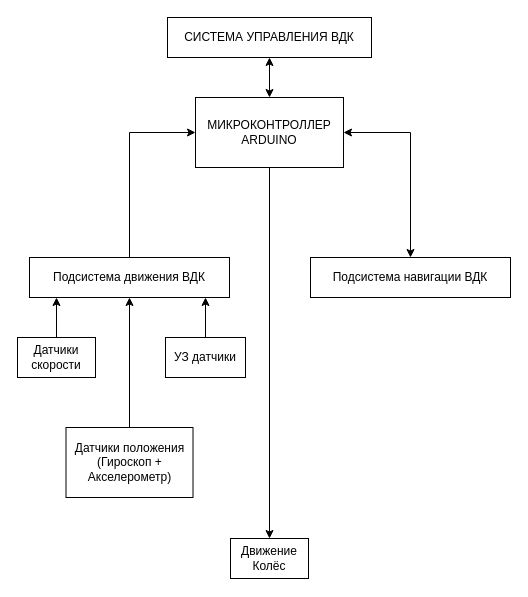
Above: Наработки/Структурная Схема.drawio in AlexRussellGit/VKR---Russell-Alexander (draw.io), before the change. Source tidied: cells renumbered, new cells numbered last; positions are measured from the earlier drawing's top-left corner, leaving out a move shared by most shapes. Both pictures are drawn from the tidied source at 100%, with x=0, y=0 at pixel (17, 17).
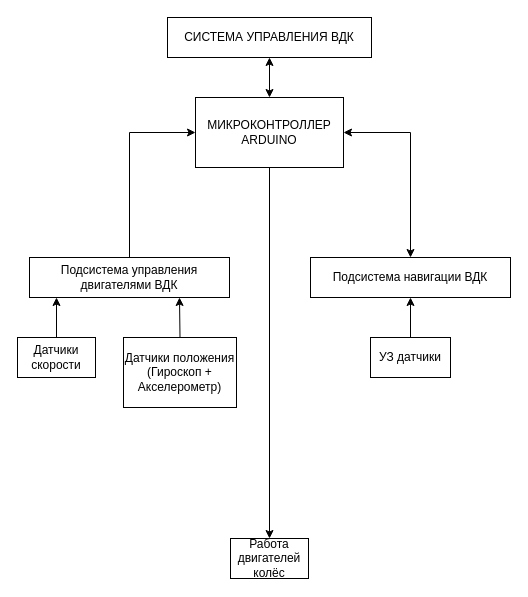
After the change.

Diff of the diagram source:
```diff
@@
-    <mxCell id="3" value="Подсистема движения ВДК" style="rounded=0;whiteSpace=wrap;html=1;" parent="1" vertex="1">
+    <mxCell id="3" value="Подсистема управления двигателями ВДК" style="rounded=0;whiteSpace=wrap;html=1;" parent="1" vertex="1">
       <mxGeometry x="12" y="240" width="200" height="40" as="geometry" />
     </mxCell>
@@
     <mxCell id="7" value="Датчики положения (Гироскоп + Акселерометр)" style="rounded=0;whiteSpace=wrap;html=1;" parent="1" vertex="1">
-      <mxGeometry x="48.5" y="410" width="127" height="70" as="geometry" />
+      <mxGeometry x="106" y="320" width="113" height="70" as="geometry" />
     </mxCell>
-    <mxCell id="8" style="endArrow=classic;html=1;rounded=0;exitX=0.5;exitY=0;exitDx=0;exitDy=0;entryX=0.5;entryY=1;entryDx=0;entryDy=0;" parent="1" edge="1" source="7" target="3">
+    <mxCell id="8" style="endArrow=classic;html=1;rounded=0;exitX=0.5;exitY=0;exitDx=0;exitDy=0;entryX=0.75;entryY=1;entryDx=0;entryDy=0;" parent="1" edge="1" source="7" target="3">
       <mxGeometry relative="1" as="geometry" />
     </mxCell>
-    <mxCell id="9" value="Движение Колёс" style="rounded=0;whiteSpace=wrap;html=1;" parent="1" vertex="1">
+    <mxCell id="9" value="Работа двигателей колёс" style="rounded=0;whiteSpace=wrap;html=1;" parent="1" vertex="1">
       <mxGeometry x="213" y="521" width="78" height="40" as="geometry" />
     </mxCell>
     <mxCell id="10" value="УЗ датчики" style="rounded=0;whiteSpace=wrap;html=1;" parent="1" vertex="1">
-      <mxGeometry x="148" y="320" width="80" height="40" as="geometry" />
+      <mxGeometry x="353" y="320" width="80" height="40" as="geometry" />
     </mxCell>
     <mxCell id="11" style="endArrow=classic;html=1;rounded=0;exitX=0.5;exitY=0;exitDx=0;exitDy=0;entryX=0.75;entryY=1;entryDx=0;entryDy=0;" parent="1" edge="1" source="10">
       <mxGeometry relative="1" as="geometry">
-        <mxPoint x="188" y="280" as="targetPoint" />
+        <mxPoint x="393" y="280" as="targetPoint" />
       </mxGeometry>
     </mxCell>
```
